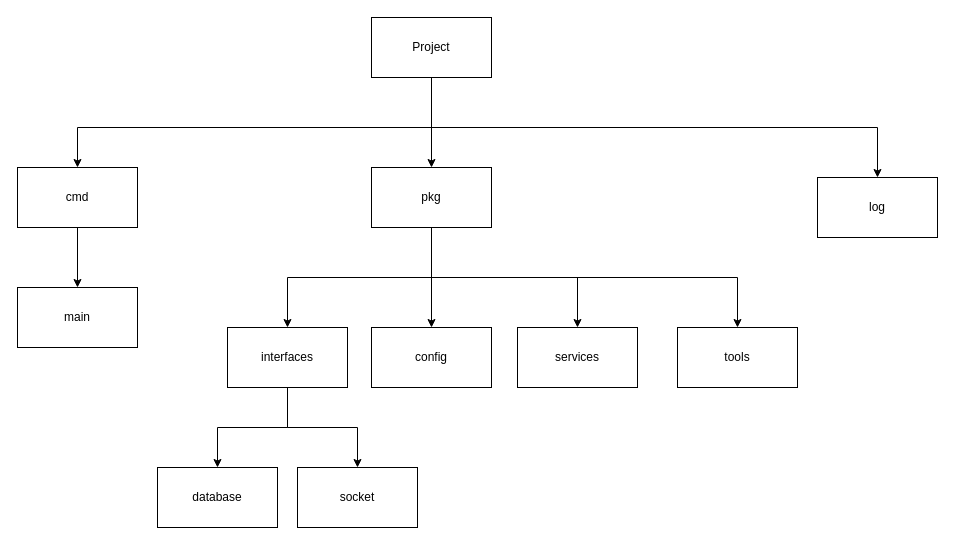
The draw.io diagram docs/go-structure.drawio in xxxCam900xxx/M426_AkwardSilents_backend, before the edit. Source tidied: cells renumbered, new cells numbered last; positions are measured from the earlier drawing's top-left corner, leaving out a move shared by most shapes. Both pictures are drawn from the tidied source at 100%, with x=0, y=0 at pixel (17, 17).
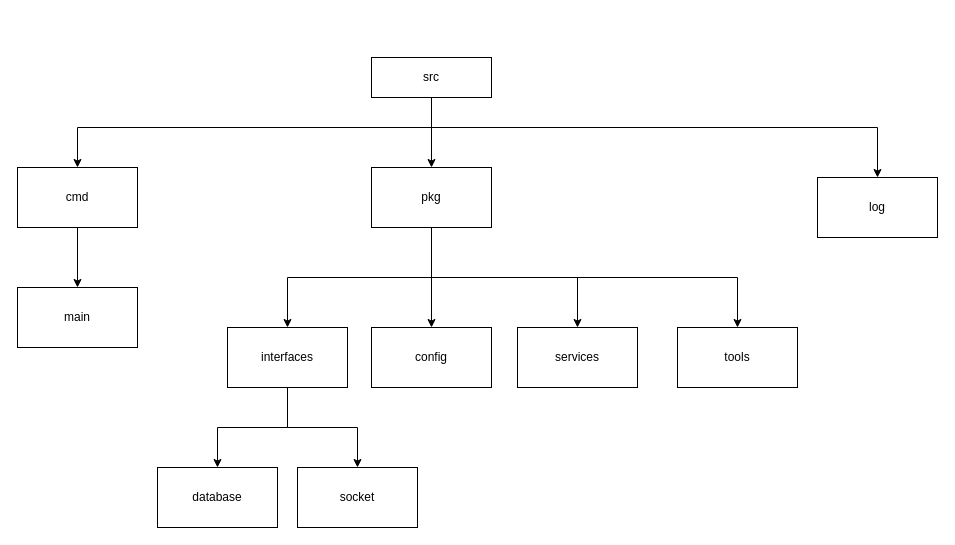
The same page after the edit.

Commit message (it also covers changes not shown here):
:sparkles: first Idea for a structure.

Diff of the diagram source:
```diff
@@
-    <mxCell id="5" value="Project" style="rounded=0;whiteSpace=wrap;html=1;" parent="1" vertex="1">
-      <mxGeometry x="354" width="120" height="60" as="geometry" />
+    <mxCell id="5" value="src" style="rounded=0;whiteSpace=wrap;html=1;" parent="1" vertex="1">
+      <mxGeometry x="354" y="40" width="120" height="40" as="geometry" />
     </mxCell>
```
